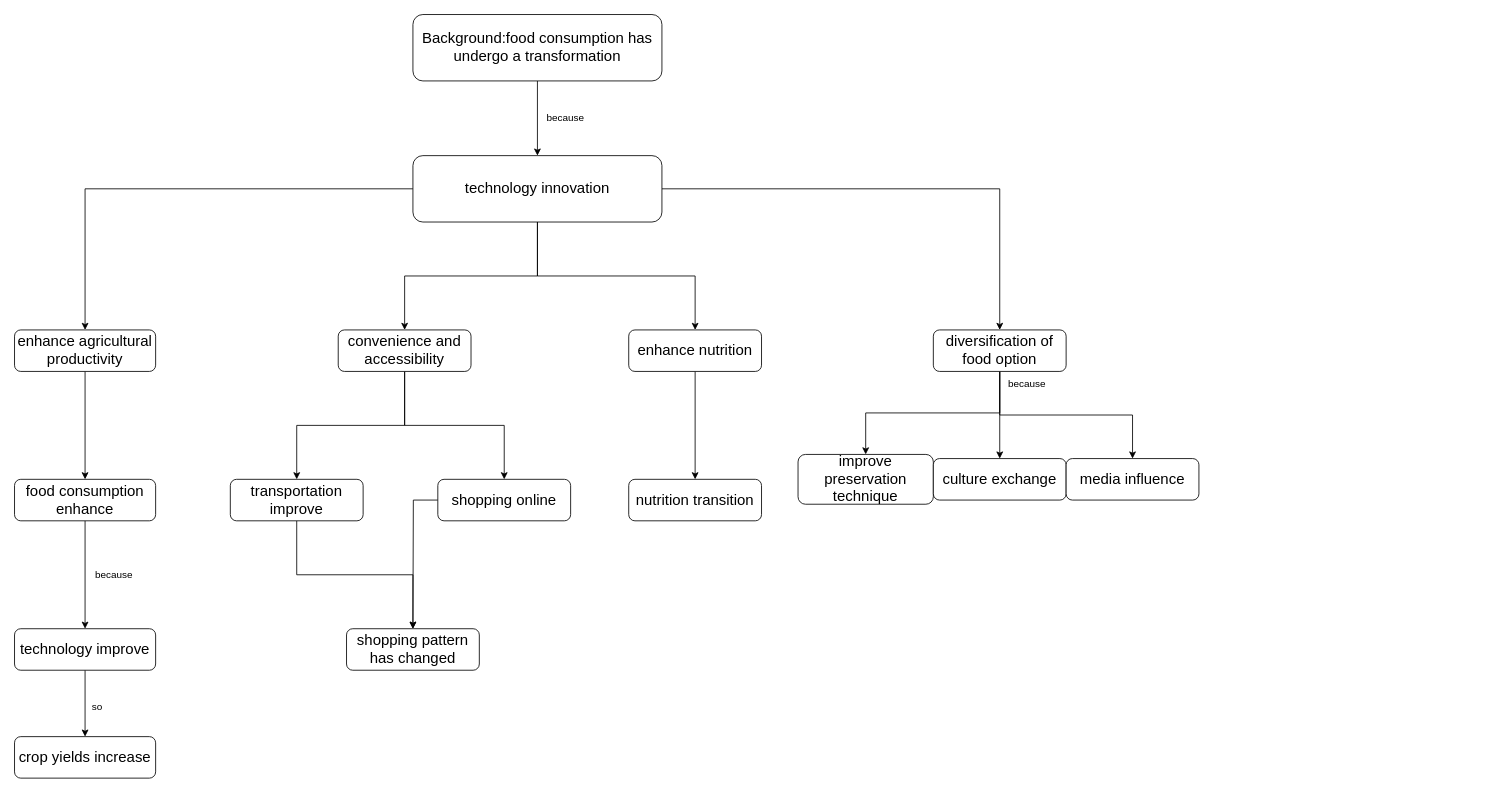
Above: taxtmap.drawio in Hu1999824/hello-world (draw.io), before the change. Source tidied: cells renumbered, new cells numbered last; positions are measured from the earlier drawing's top-left corner, leaving out a move shared by most shapes. Both pictures are drawn from the tidied source at 83%, with x=0, y=0 at pixel (14, 14).
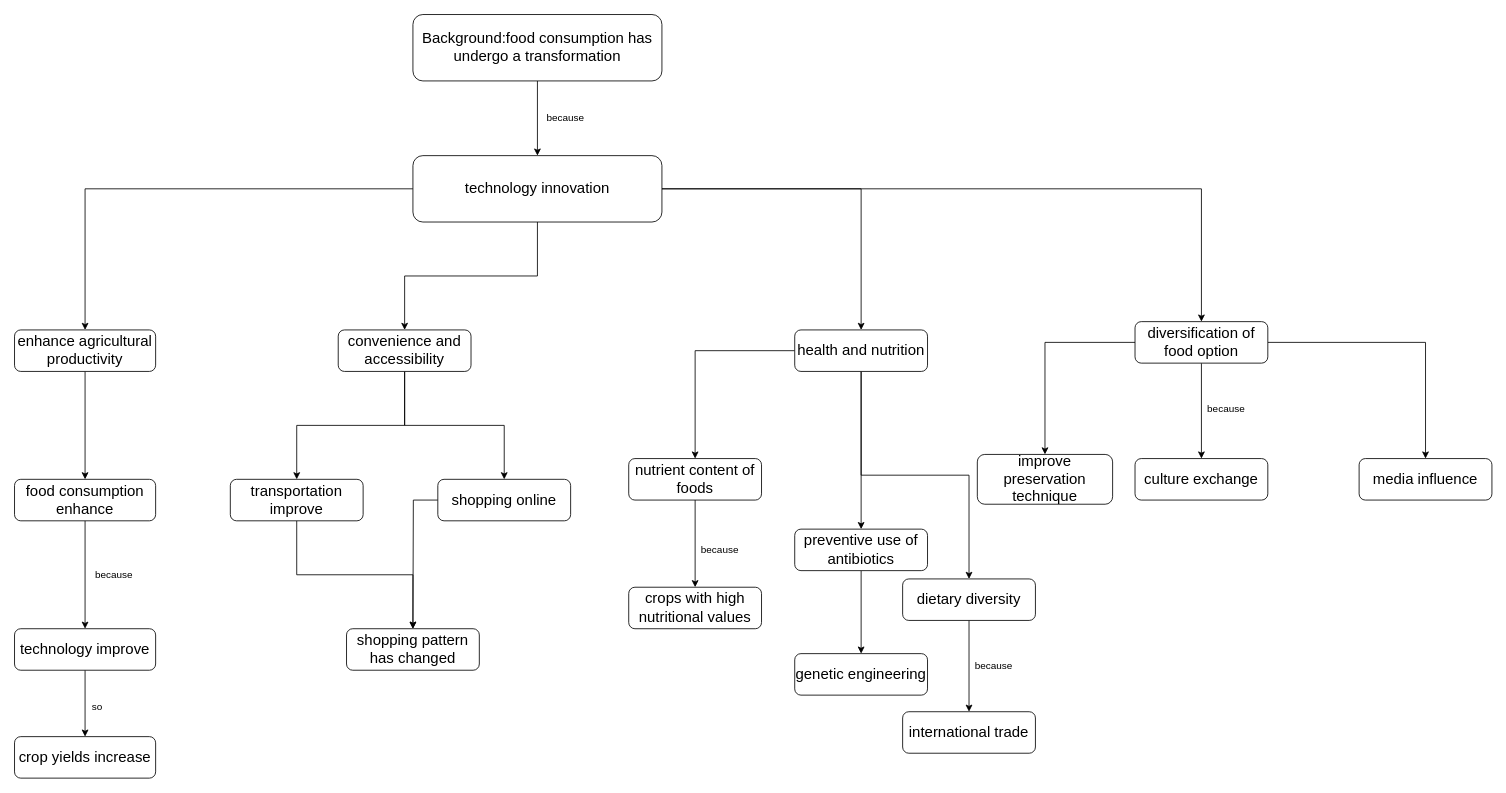
The same diagram, later.

What changed in the source:
```diff
@@
     <mxCell id="18" value="&lt;font style=&quot;font-size: 18px;&quot;&gt;diversification of food option&lt;/font&gt;" style="rounded=1;whiteSpace=wrap;html=1;fontSize=12;glass=0;strokeWidth=1;shadow=0;" parent="1" vertex="1">
-      <mxGeometry x="1107" y="380" width="160" height="50" as="geometry" />
+      <mxGeometry x="1350" y="370" width="160" height="50" as="geometry" />
     </mxCell>
@@
+    <mxCell id="38" style="edgeStyle=orthogonalEdgeStyle;rounded=0;jettySize=auto;html=1;entryX=0.5;entryY=0;entryDx=0;entryDy=0;" parent="1" edge="1" source="25" target="44">
+      <mxGeometry relative="1" as="geometry" />
+    </mxCell>
+    <mxCell id="39" style="edgeStyle=orthogonalEdgeStyle;rounded=0;jettySize=auto;html=1;" parent="1" edge="1" source="25" target="48">
+      <mxGeometry relative="1" as="geometry" />
+    </mxCell>
-    <mxCell id="24" style="edgeStyle=orthogonalEdgeStyle;rounded=0;jettySize=auto;html=1;entryX=0.5;entryY=0;entryDx=0;entryDy=0;" parent="1" edge="1" source="25" target="37">
+    <mxCell id="24" style="edgeStyle=orthogonalEdgeStyle;rounded=0;jettySize=auto;html=1;" parent="1" edge="1" source="25" target="37">
       <mxGeometry relative="1" as="geometry" />
     </mxCell>
-    <mxCell id="25" value="&lt;font style=&quot;font-size: 18px;&quot;&gt;enhance nutrition&lt;/font&gt;" style="rounded=1;whiteSpace=wrap;html=1;fontSize=12;glass=0;strokeWidth=1;shadow=0;" parent="1" vertex="1">
-      <mxGeometry x="740" y="380" width="160" height="50" as="geometry" />
+    <mxCell id="25" value="&lt;font style=&quot;font-size: 18px;&quot;&gt;health and nutrition&lt;/font&gt;" style="rounded=1;whiteSpace=wrap;html=1;fontSize=12;glass=0;strokeWidth=1;shadow=0;" parent="1" vertex="1">
+      <mxGeometry x="940" y="380" width="160" height="50" as="geometry" />
     </mxCell>
@@
     <mxCell id="33" value="&lt;font style=&quot;font-size: 18px;&quot;&gt;improve preservation technique&lt;/font&gt;" style="rounded=1;whiteSpace=wrap;html=1;fontSize=12;glass=0;strokeWidth=1;shadow=0;" parent="1" vertex="1">
-      <mxGeometry x="944" y="530" width="163" height="60" as="geometry" />
+      <mxGeometry x="1160" y="530" width="163" height="60" as="geometry" />
     </mxCell>
     <mxCell id="34" value="&lt;font style=&quot;font-size: 18px;&quot;&gt;culture exchange&lt;/font&gt;" style="rounded=1;whiteSpace=wrap;html=1;fontSize=12;glass=0;strokeWidth=1;shadow=0;" parent="1" vertex="1">
-      <mxGeometry x="1107" y="535" width="160" height="50" as="geometry" />
+      <mxGeometry x="1350" y="535" width="160" height="50" as="geometry" />
     </mxCell>
     <mxCell id="35" value="&lt;font style=&quot;font-size: 18px;&quot;&gt;media influence&lt;/font&gt;" style="rounded=1;whiteSpace=wrap;html=1;fontSize=12;glass=0;strokeWidth=1;shadow=0;" parent="1" vertex="1">
-      <mxGeometry x="1267" y="535" width="160" height="50" as="geometry" />
+      <mxGeometry x="1620" y="535" width="160" height="50" as="geometry" />
     </mxCell>
     <mxCell id="36" value="because" style="text;strokeColor=none;align=center;fillColor=none;html=1;verticalAlign=middle;whiteSpace=wrap;rounded=0;" parent="1" vertex="1">
-      <mxGeometry x="1190" y="430" width="60" height="30" as="geometry" />
+      <mxGeometry x="1430" y="460" width="60" height="30" as="geometry" />
     </mxCell>
+    <mxCell id="40" style="edgeStyle=orthogonalEdgeStyle;rounded=0;jettySize=auto;html=1;" parent="1" edge="1" source="37" target="41">
+      <mxGeometry relative="1" as="geometry" />
+    </mxCell>
-    <mxCell id="37" value="&lt;font style=&quot;font-size: 18px;&quot;&gt;nutrition transition&lt;/font&gt;" style="rounded=1;whiteSpace=wrap;html=1;fontSize=12;glass=0;strokeWidth=1;shadow=0;" parent="1" vertex="1">
-      <mxGeometry x="740" y="560" width="160" height="50" as="geometry" />
+    <mxCell id="37" value="&lt;font style=&quot;font-size: 18px;&quot;&gt;dietary diversity&lt;/font&gt;" style="rounded=1;whiteSpace=wrap;html=1;fontSize=12;glass=0;strokeWidth=1;shadow=0;" parent="1" vertex="1">
+      <mxGeometry x="1070" y="680" width="160" height="50" as="geometry" />
     </mxCell>
+    <mxCell id="41" value="&lt;font style=&quot;font-size: 18px;&quot;&gt;international trade&lt;/font&gt;" style="rounded=1;whiteSpace=wrap;html=1;fontSize=12;glass=0;strokeWidth=1;shadow=0;" parent="1" vertex="1">
+      <mxGeometry x="1070" y="840" width="160" height="50" as="geometry" />
+    </mxCell>
+    <mxCell id="42" value="because" style="text;strokeColor=none;align=center;fillColor=none;html=1;verticalAlign=middle;whiteSpace=wrap;rounded=0;" parent="1" vertex="1">
+      <mxGeometry x="1150" y="770" width="60" height="30" as="geometry" />
+    </mxCell>
+    <mxCell id="43" style="edgeStyle=orthogonalEdgeStyle;rounded=0;jettySize=auto;html=1;" parent="1" edge="1" source="44" target="45">
+      <mxGeometry relative="1" as="geometry" />
+    </mxCell>
+    <mxCell id="44" value="&lt;font style=&quot;font-size: 18px;&quot;&gt;nutrient content of foods&lt;/font&gt;" style="rounded=1;whiteSpace=wrap;html=1;fontSize=12;glass=0;strokeWidth=1;shadow=0;" parent="1" vertex="1">
+      <mxGeometry x="740" y="535" width="160" height="50" as="geometry" />
+    </mxCell>
+    <mxCell id="45" value="&lt;font style=&quot;font-size: 18px;&quot;&gt;crops with high nutritional values&lt;/font&gt;" style="rounded=1;whiteSpace=wrap;html=1;fontSize=12;glass=0;strokeWidth=1;shadow=0;" parent="1" vertex="1">
+      <mxGeometry x="740" y="690" width="160" height="50" as="geometry" />
+    </mxCell>
+    <mxCell id="46" value="because" style="text;strokeColor=none;align=center;fillColor=none;html=1;verticalAlign=middle;whiteSpace=wrap;rounded=0;" parent="1" vertex="1">
+      <mxGeometry x="820" y="630" width="60" height="30" as="geometry" />
+    </mxCell>
+    <mxCell id="47" style="edgeStyle=orthogonalEdgeStyle;rounded=0;jettySize=auto;html=1;" parent="1" edge="1" source="48" target="49">
+      <mxGeometry relative="1" as="geometry" />
+    </mxCell>
+    <mxCell id="48" value="&lt;span style=&quot;font-size: 18px;&quot;&gt;preventive use of antibiotics&lt;/span&gt;" style="rounded=1;whiteSpace=wrap;html=1;fontSize=12;glass=0;strokeWidth=1;shadow=0;" parent="1" vertex="1">
+      <mxGeometry x="940" y="620" width="160" height="50" as="geometry" />
+    </mxCell>
+    <mxCell id="49" value="&lt;span style=&quot;font-size: 18px;&quot;&gt;genetic engineering&lt;/span&gt;" style="rounded=1;whiteSpace=wrap;html=1;fontSize=12;glass=0;strokeWidth=1;shadow=0;" parent="1" vertex="1">
+      <mxGeometry x="940" y="770" width="160" height="50" as="geometry" />
+    </mxCell>
```
